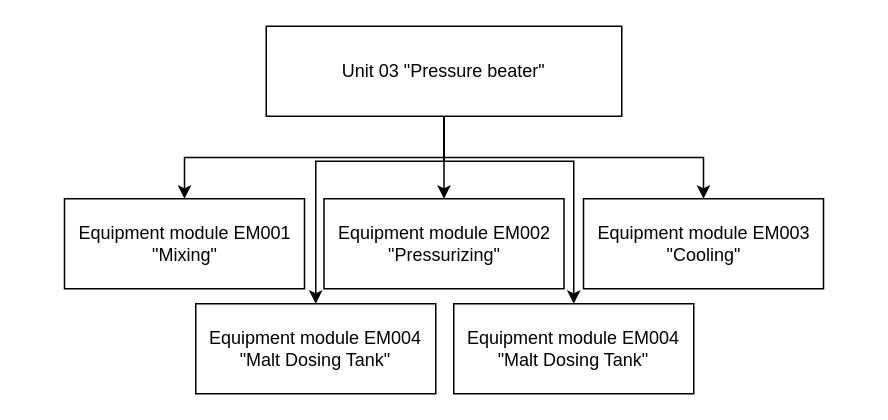
Above: page "Page-23" (23 of 34) of C12202000_chocolate_system.drawio in Johnystu/draw_io (draw.io), before the change. Source tidied: cells renumbered, new cells numbered last; positions are measured from the earlier drawing's top-left corner, leaving out a move shared by most shapes. Both pictures are drawn from the tidied source at 150%, with x=0, y=0 at pixel (64, 26).
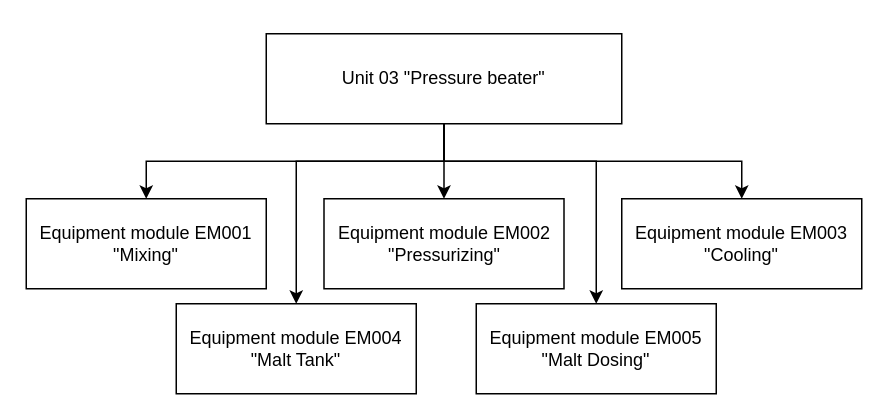
The same diagram, later.

Change to the diagram source:
```diff
@@
 <mxGraphModel>
   <root>
     <mxCell id="0" />
     <mxCell id="1" parent="0" />
     <mxCell id="2" style="edgeStyle=orthogonalEdgeStyle;rounded=0;jettySize=auto;html=1;" parent="1" edge="1" source="7" target="8">
       <mxGeometry relative="1" as="geometry" />
     </mxCell>
     <mxCell id="3" style="edgeStyle=orthogonalEdgeStyle;rounded=0;jettySize=auto;html=1;" parent="1" edge="1" source="7" target="9">
       <mxGeometry relative="1" as="geometry" />
     </mxCell>
     <mxCell id="4" style="edgeStyle=orthogonalEdgeStyle;rounded=0;jettySize=auto;html=1;" parent="1" edge="1" source="7" target="10">
       <mxGeometry relative="1" as="geometry" />
     </mxCell>
     <mxCell id="5" style="edgeStyle=orthogonalEdgeStyle;rounded=0;jettySize=auto;html=1;" parent="1" edge="1" source="7" target="11">
       <mxGeometry relative="1" as="geometry">
         <Array as="points">
           <mxPoint x="253" y="90" />
-          <mxPoint x="167" y="90" />
+          <mxPoint x="154" y="90" />
         </Array>
       </mxGeometry>
     </mxCell>
     <mxCell id="6" style="edgeStyle=orthogonalEdgeStyle;rounded=0;jettySize=auto;html=1;" parent="1" edge="1" source="7" target="12">
       <mxGeometry relative="1" as="geometry">
         <Array as="points">
           <mxPoint x="253" y="90" />
-          <mxPoint x="339" y="90" />
+          <mxPoint x="354" y="90" />
         </Array>
       </mxGeometry>
     </mxCell>
     <mxCell id="7" value="Unit 03 &quot;Pressure beater&quot;" style="rounded=0;whiteSpace=wrap;html=1;" parent="1" vertex="1">
-      <mxGeometry x="134" width="237" height="60" as="geometry" />
+      <mxGeometry x="134" y="5" width="237" height="60" as="geometry" />
     </mxCell>
     <mxCell id="8" value="&lt;div&gt;Equipment module EM001&lt;/div&gt;&lt;div&gt;&quot;Mixing&quot;&lt;br&gt;&lt;/div&gt;" style="rounded=0;whiteSpace=wrap;html=1;" parent="1" vertex="1">
-      <mxGeometry x="-0.5" y="115" width="160" height="60" as="geometry" />
+      <mxGeometry x="-26" y="115" width="160" height="60" as="geometry" />
     </mxCell>
     <mxCell id="9" value="&lt;div&gt;Equipment module EM002&lt;/div&gt;&lt;div&gt;&quot;Pressurizing&quot;&lt;br&gt;&lt;/div&gt;" style="rounded=0;whiteSpace=wrap;html=1;" parent="1" vertex="1">
       <mxGeometry x="172.5" y="115" width="160" height="60" as="geometry" />
     </mxCell>
     <mxCell id="10" value="&lt;div&gt;Equipment module EM003&lt;/div&gt;&lt;div&gt;&quot;Cooling&quot;&lt;br&gt;&lt;/div&gt;" style="rounded=0;whiteSpace=wrap;html=1;" parent="1" vertex="1">
-      <mxGeometry x="345.5" y="115" width="160" height="60" as="geometry" />
+      <mxGeometry x="371" y="115" width="160" height="60" as="geometry" />
     </mxCell>
-    <mxCell id="11" value="&lt;div&gt;Equipment module EM004&lt;/div&gt;&lt;div&gt;&quot;Malt Dosing Tank&quot;&lt;br&gt;&lt;/div&gt;" style="rounded=0;whiteSpace=wrap;html=1;" parent="1" vertex="1">
-      <mxGeometry x="87" y="185" width="160" height="60" as="geometry" />
+    <mxCell id="11" value="&lt;div&gt;Equipment module EM004&lt;/div&gt;&lt;div&gt;&quot;Malt Tank&quot;&lt;br&gt;&lt;/div&gt;" style="rounded=0;whiteSpace=wrap;html=1;" parent="1" vertex="1">
+      <mxGeometry x="74" y="185" width="160" height="60" as="geometry" />
     </mxCell>
-    <mxCell id="12" value="&lt;div&gt;Equipment module EM004&lt;/div&gt;&lt;div&gt;&quot;Malt Dosing Tank&quot;&lt;br&gt;&lt;/div&gt;" style="rounded=0;whiteSpace=wrap;html=1;" parent="1" vertex="1">
-      <mxGeometry x="259" y="185" width="160" height="60" as="geometry" />
+    <mxCell id="12" value="&lt;div&gt;Equipment module EM005&lt;/div&gt;&lt;div&gt;&quot;Malt Dosing&quot;&lt;br&gt;&lt;/div&gt;" style="rounded=0;whiteSpace=wrap;html=1;" parent="1" vertex="1">
+      <mxGeometry x="274" y="185" width="160" height="60" as="geometry" />
     </mxCell>
   </root>
 </mxGraphModel>
```
